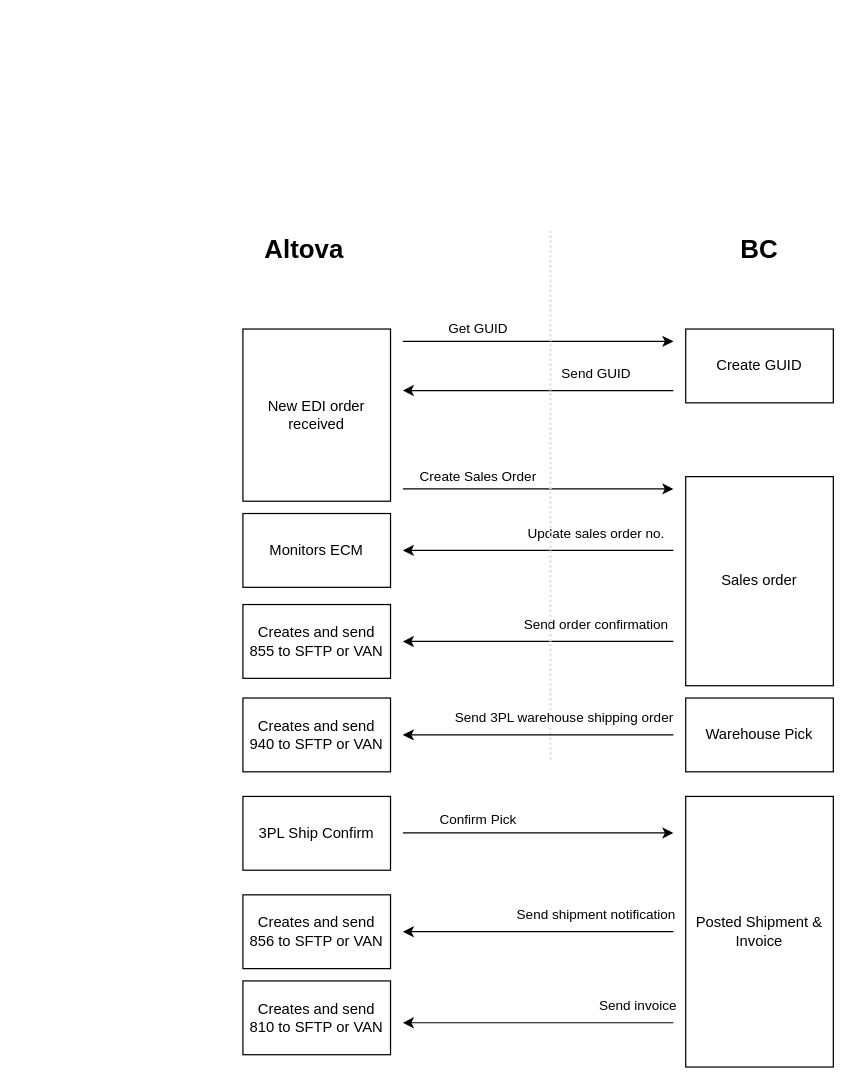
Above: page "US Customer EDI Orders" (1 of 3) of SCC_EDI_API.drawio in LukaszJessa/diagrams (draw.io), before the change. Source tidied: cells renumbered, new cells numbered last; positions are measured from the earlier drawing's top-left corner, leaving out a move shared by most shapes. Both pictures are drawn from the tidied source at 123%, with x=0, y=0 at pixel (242, 230).
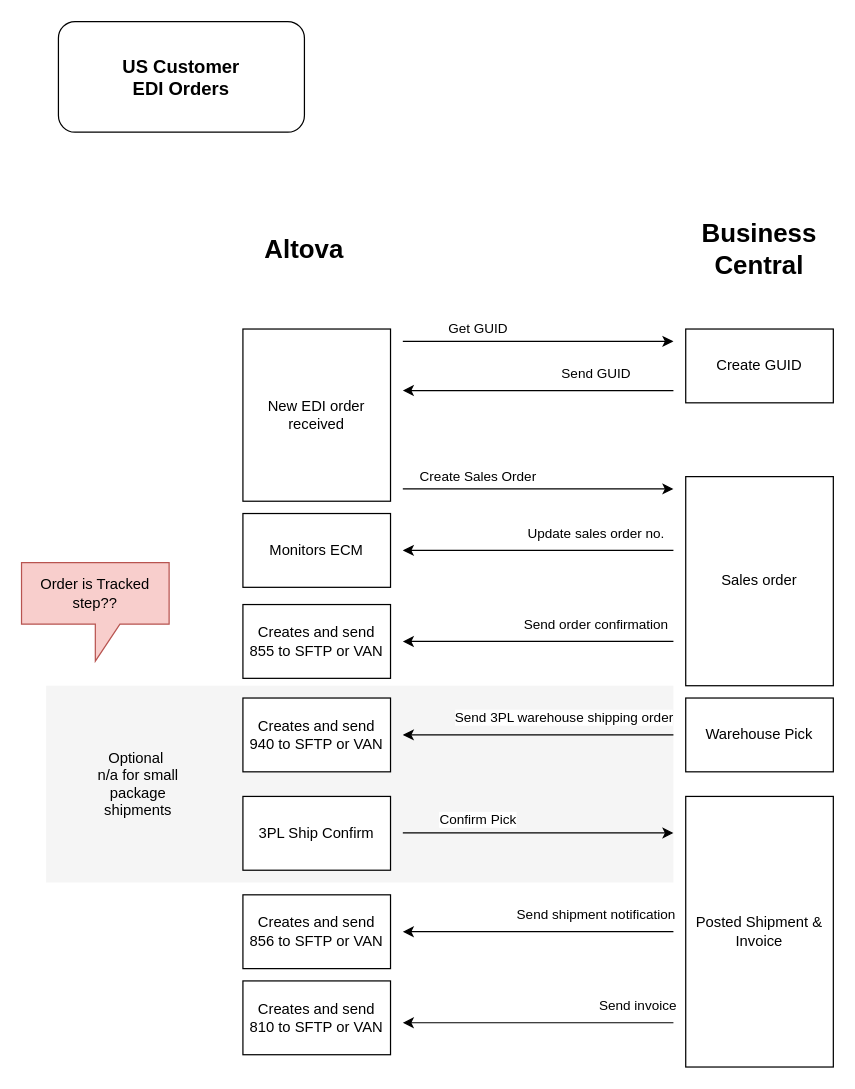
Above is the later version.

What changed in the source:
```diff
@@
+    <mxCell id="34" style="rounded=0;whiteSpace=wrap;html=1;fillColor=#f5f5f5;fontColor=#333333;strokeColor=none;" parent="1" vertex="1">
+      <mxGeometry x="-160" y="370" width="510" height="160" as="geometry" />
+    </mxCell>
@@
-    <mxCell id="14" style="endArrow=none;html=1;strokeWidth=2;rounded=0;fillColor=#f5f5f5;strokeColor=#e3e3e3;dashed=1;dashPattern=1 1;" parent="1" edge="1">
-      <mxGeometry relative="1" as="geometry">
-        <mxPoint x="250" y="430" as="sourcePoint" />
-        <mxPoint x="250" as="targetPoint" />
-      </mxGeometry>
-    </mxCell>
@@
-    <mxCell id="18" value="BC" style="text;html=1;strokeColor=none;fillColor=none;align=center;verticalAlign=middle;whiteSpace=wrap;rounded=0;fontSize=21;fontStyle=1;" parent="1" vertex="1">
+    <mxCell id="18" value="Business Central" style="text;html=1;strokeColor=none;fillColor=none;align=center;verticalAlign=middle;whiteSpace=wrap;rounded=0;fontSize=21;fontStyle=1;" parent="1" vertex="1">
       <mxGeometry x="390" width="60" height="30" as="geometry" />
     </mxCell>
@@
+    <mxCell id="35" value="&lt;b&gt;&lt;font style=&quot;font-size: 15px;&quot;&gt;US Customer&lt;br&gt;EDI Orders&lt;br&gt;&lt;/font&gt;&lt;/b&gt;" style="rounded=1;whiteSpace=wrap;html=1;" parent="1" vertex="1">
+      <mxGeometry x="-150" y="-170" width="200" height="90" as="geometry" />
+    </mxCell>
+    <mxCell id="36" value="Optional&amp;nbsp;&lt;br&gt;n/a for small package shipments" style="text;html=1;strokeColor=none;fillColor=none;align=center;verticalAlign=middle;whiteSpace=wrap;rounded=0;" parent="1" vertex="1">
+      <mxGeometry x="-130" y="405" width="90" height="90" as="geometry" />
+    </mxCell>
+    <mxCell id="37" value="Order is Tracked step??" style="shape=callout;whiteSpace=wrap;html=1;perimeter=calloutPerimeter;fillColor=#f8cecc;strokeColor=#b85450;" parent="1" vertex="1">
+      <mxGeometry x="-180" y="270" width="120" height="80" as="geometry" />
+    </mxCell>
```
